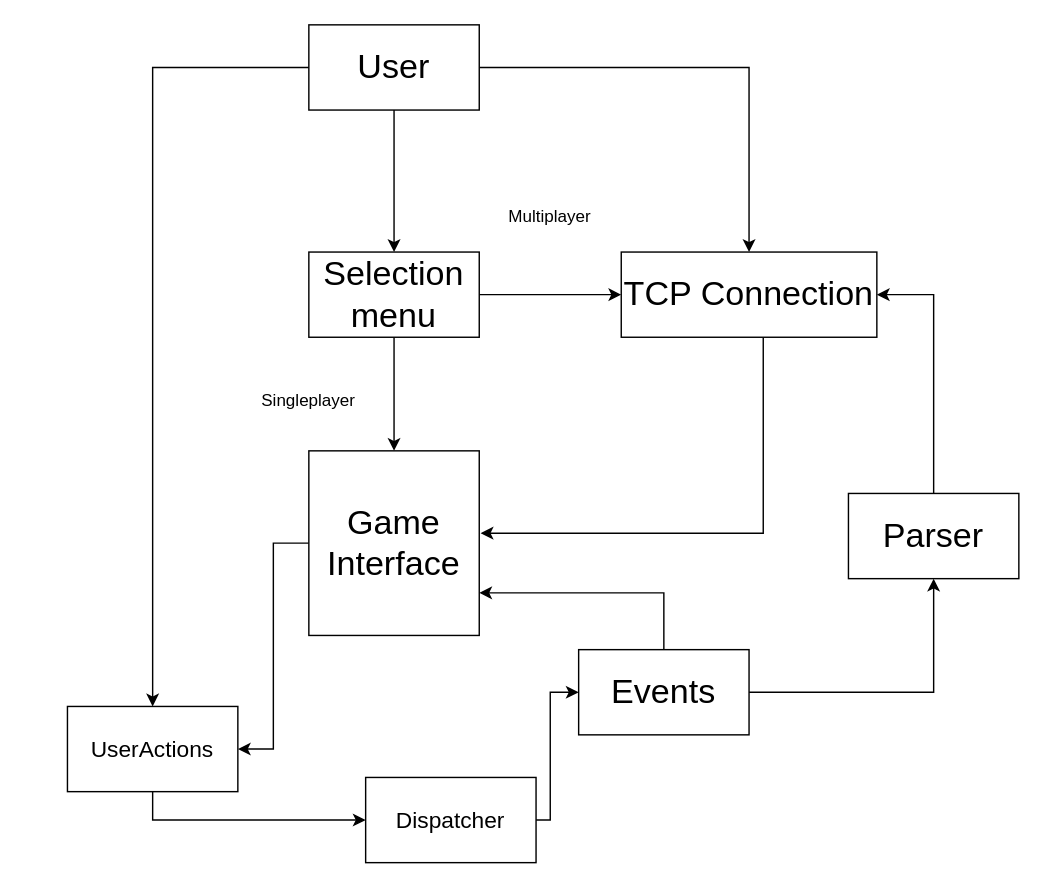
Earlier version of the draw.io diagram BlackJack.drawio (theoldestsc/Poker). Source tidied: cells renumbered, new cells numbered last; positions are measured from the earlier drawing's top-left corner, leaving out a move shared by most shapes. Both pictures are drawn from the tidied source at 142%, with x=0, y=0 at pixel (67, 24).
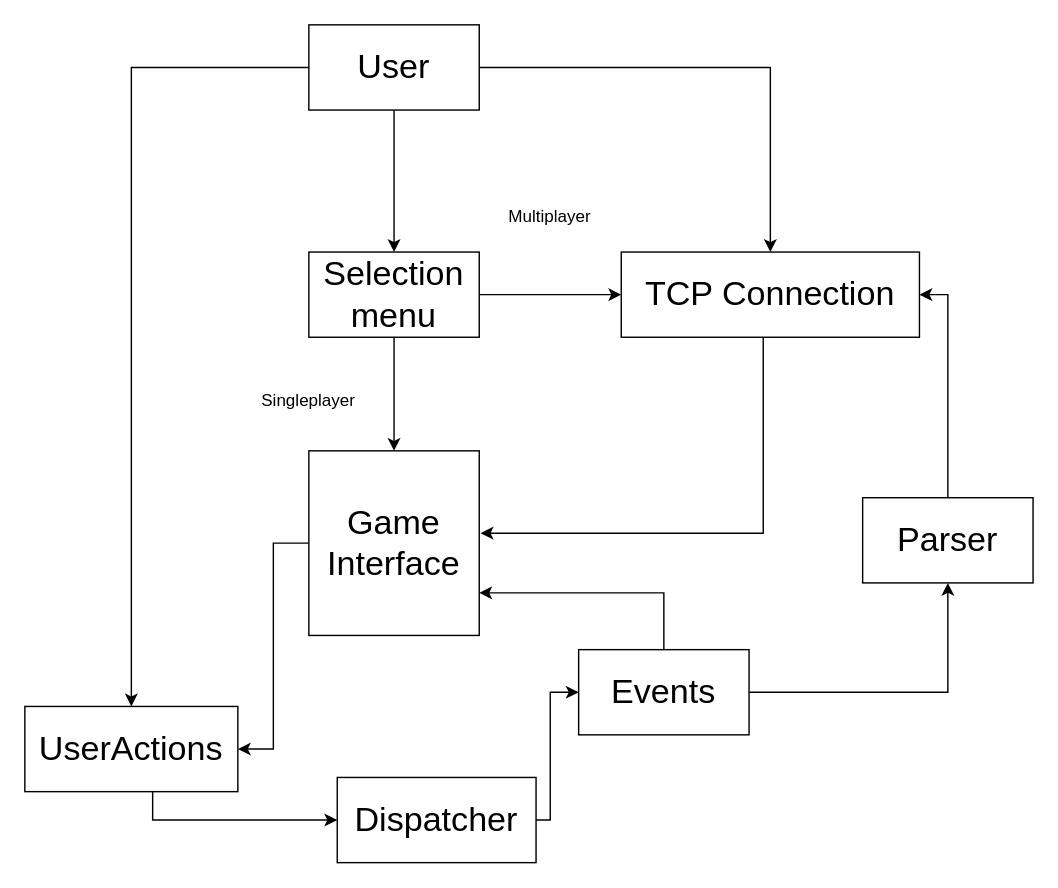
After the change.

The edit, as a diff of the source:
```diff
@@
     <mxCell id="14" value="&lt;span style=&quot;font-size: 24px&quot;&gt;TCP Connection&lt;/span&gt;" style="rounded=0;whiteSpace=wrap;html=1;" parent="1" vertex="1">
-      <mxGeometry x="390" y="160" width="180" height="60" as="geometry" />
+      <mxGeometry x="390" y="160" width="210" height="60" as="geometry" />
     </mxCell>
@@
-    <mxCell id="16" value="&lt;font size=&quot;3&quot;&gt;UserActions&lt;/font&gt;" style="rounded=0;whiteSpace=wrap;html=1;" parent="1" vertex="1">
-      <mxGeometry y="480" width="120" height="60" as="geometry" />
+    <mxCell id="16" value="&lt;font style=&quot;font-size: 24px&quot;&gt;UserActions&lt;/font&gt;" style="rounded=0;whiteSpace=wrap;html=1;" parent="1" vertex="1">
+      <mxGeometry x="-30" y="480" width="150" height="60" as="geometry" />
     </mxCell>
@@
-    <mxCell id="18" value="&lt;font size=&quot;3&quot;&gt;Dispatcher&lt;/font&gt;" style="rounded=0;whiteSpace=wrap;html=1;" parent="1" vertex="1">
-      <mxGeometry x="210" y="530" width="120" height="60" as="geometry" />
+    <mxCell id="18" value="&lt;font style=&quot;font-size: 24px&quot;&gt;Dispatcher&lt;/font&gt;" style="rounded=0;whiteSpace=wrap;html=1;" parent="1" vertex="1">
+      <mxGeometry x="190" y="530" width="140" height="60" as="geometry" />
     </mxCell>
@@
-    <mxCell id="22" style="edgeStyle=orthogonalEdgeStyle;rounded=0;jettySize=auto;html=1;exitX=0.5;exitY=0;exitDx=0;exitDy=0;entryX=1;entryY=0.5;entryDx=0;entryDy=0;" parent="1" edge="1" source="23" target="14">
-      <mxGeometry relative="1" as="geometry" />
+    <mxCell id="22" style="edgeStyle=orthogonalEdgeStyle;rounded=0;jettySize=auto;html=1;entryX=1;entryY=0.5;entryDx=0;entryDy=0;" parent="1" edge="1" source="23" target="14">
+      <mxGeometry relative="1" as="geometry">
+        <Array as="points">
+          <mxPoint x="620" y="190" />
+        </Array>
+      </mxGeometry>
     </mxCell>
     <mxCell id="23" value="&lt;font style=&quot;font-size: 24px&quot;&gt;Parser&lt;/font&gt;" style="rounded=0;whiteSpace=wrap;html=1;" parent="1" vertex="1">
-      <mxGeometry x="550" y="330" width="120" height="60" as="geometry" />
+      <mxGeometry x="560" y="333" width="120" height="60" as="geometry" />
     </mxCell>
```
